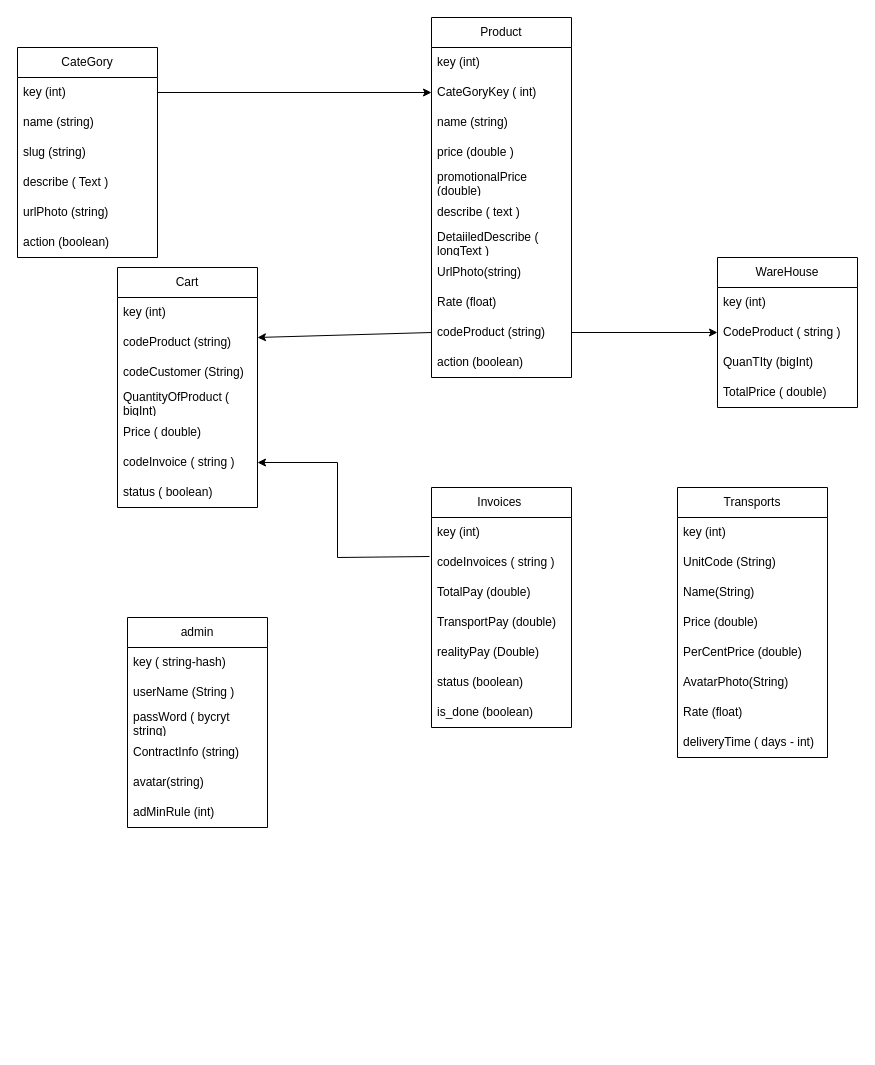
Before: page "Trang-1" (1 of 3) of public/shopeeFake.drawio in GruntDev1204/shopeeFake, a draw.io diagram. Source tidied: cells renumbered, new cells numbered last; positions are measured from the earlier drawing's top-left corner, leaving out a move shared by most shapes. Both pictures are drawn from the tidied source at 100%, with x=0, y=0 at pixel (17, 17).
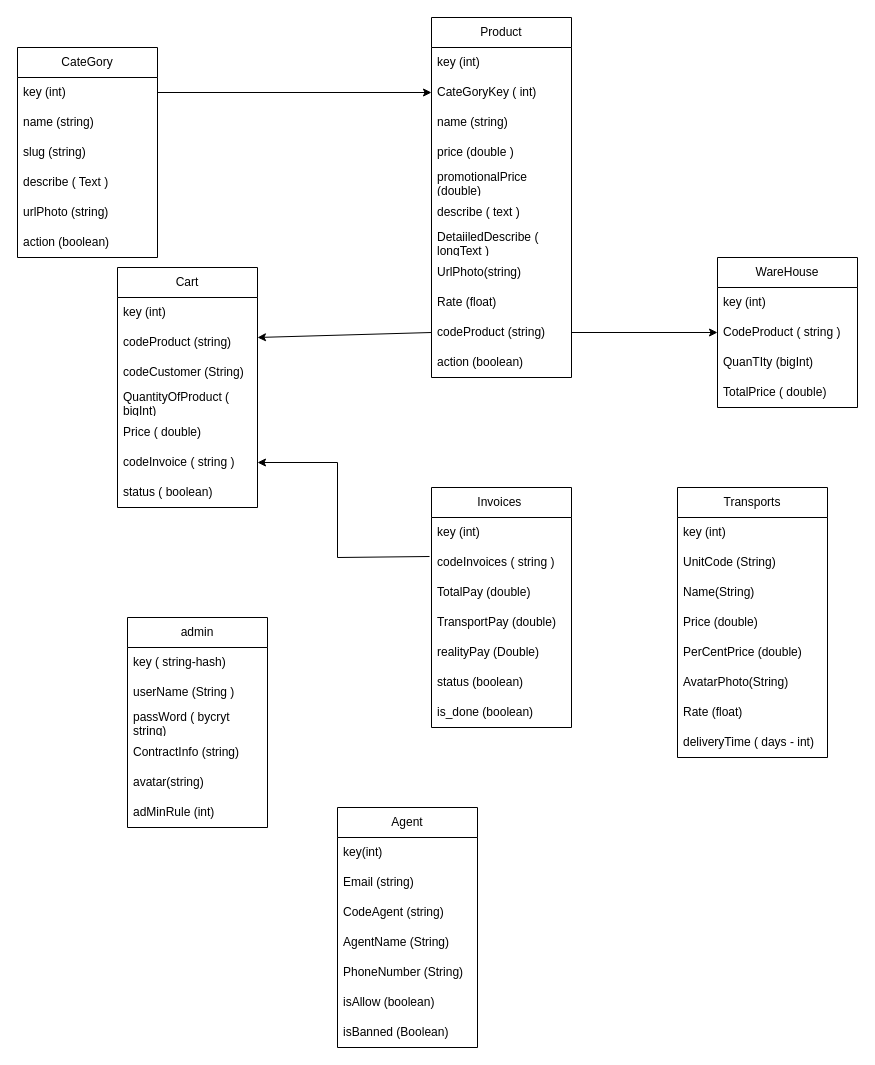
The same diagram, later.

Commit message (it also covers changes not shown here):
BackEnd Shopee Fake Function 70%

Diff of the diagram source:
```diff
@@
+    <mxCell id="62" value="Agent" style="swimlane;fontStyle=0;horizontal=1;startSize=30;whiteSpace=wrap;html=1;" parent="1" vertex="1">
+      <mxGeometry x="320" y="790" width="140" height="240" as="geometry" />
+    </mxCell>
+    <mxCell id="63" value="key(int)" style="text;strokeColor=none;fillColor=none;align=left;verticalAlign=middle;spacingLeft=4;spacingRight=4;overflow=hidden;whiteSpace=wrap;html=1;" parent="62" vertex="1">
+      <mxGeometry y="30" width="140" height="30" as="geometry" />
+    </mxCell>
+    <mxCell id="64" value="Email (string)&amp;nbsp;" style="text;strokeColor=none;fillColor=none;align=left;verticalAlign=middle;spacingLeft=4;spacingRight=4;overflow=hidden;whiteSpace=wrap;html=1;" parent="62" vertex="1">
+      <mxGeometry y="60" width="140" height="30" as="geometry" />
+    </mxCell>
+    <mxCell id="65" value="CodeAgent (string)" style="text;strokeColor=none;fillColor=none;align=left;verticalAlign=middle;spacingLeft=4;spacingRight=4;overflow=hidden;whiteSpace=wrap;html=1;" parent="62" vertex="1">
+      <mxGeometry y="90" width="140" height="30" as="geometry" />
+    </mxCell>
+    <mxCell id="66" value="AgentName (String)" style="text;strokeColor=none;fillColor=none;align=left;verticalAlign=middle;spacingLeft=4;spacingRight=4;overflow=hidden;whiteSpace=wrap;html=1;" parent="62" vertex="1">
+      <mxGeometry y="120" width="140" height="30" as="geometry" />
+    </mxCell>
+    <mxCell id="67" value="PhoneNumber (String)&amp;nbsp;" style="text;strokeColor=none;fillColor=none;align=left;verticalAlign=middle;spacingLeft=4;spacingRight=4;overflow=hidden;whiteSpace=wrap;html=1;" parent="62" vertex="1">
+      <mxGeometry y="150" width="140" height="30" as="geometry" />
+    </mxCell>
+    <mxCell id="68" value="isAllow (boolean)" style="text;strokeColor=none;fillColor=none;align=left;verticalAlign=middle;spacingLeft=4;spacingRight=4;overflow=hidden;whiteSpace=wrap;html=1;" parent="62" vertex="1">
+      <mxGeometry y="180" width="140" height="30" as="geometry" />
+    </mxCell>
+    <mxCell id="69" value="isBanned (Boolean)" style="text;strokeColor=none;fillColor=none;align=left;verticalAlign=middle;spacingLeft=4;spacingRight=4;overflow=hidden;whiteSpace=wrap;html=1;" parent="62" vertex="1">
+      <mxGeometry y="210" width="140" height="30" as="geometry" />
+    </mxCell>
```
